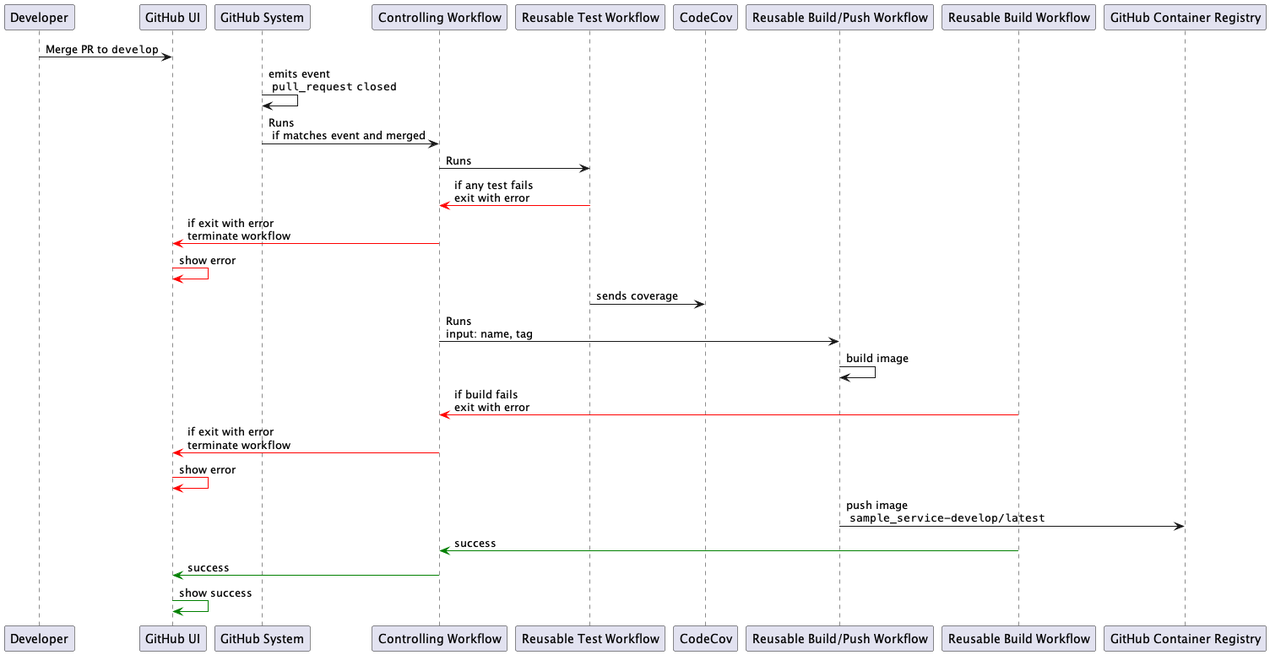
Above: docs/gha/images/pull-request-develop-merged-sequence.png in kbase/sample_service (PlantUML), before the change. Source of this version:
```plantuml
@startuml

Developer -> "GitHub UI": Merge PR to ""develop""
"GitHub System" -> "GitHub System": emits event\n ""pull_request"" ""closed""
"GitHub System" -> "Controlling Workflow": Runs\n if matches event and merged
"Controlling Workflow" -> "Reusable Test Workflow": Runs
"Reusable Test Workflow" -[#red]> "Controlling Workflow" : if any test fails\nexit with error
"Controlling Workflow" -[#red]> "GitHub UI": if exit with error\nterminate workflow
"GitHub UI" -[#red]> "GitHub UI": show error
"Reusable Test Workflow" -> "CodeCov": sends coverage
"Controlling Workflow" -> "Reusable Build/Push Workflow": Runs\ninput: name, tag
"Reusable Build/Push Workflow" -> "Reusable Build/Push Workflow": build image
"Reusable Build Workflow" -[#red]> "Controlling Workflow": if build fails\nexit with error
"Controlling Workflow" -[#red]> "GitHub UI": if exit with error\nterminate workflow
"GitHub UI" -[#red]> "GitHub UI": show error
"Reusable Build/Push Workflow" -> "GitHub Container Registry": push image\n ""sample_service-develop/latest""
"Reusable Build Workflow" -[#green]> "Controlling Workflow":success
"Controlling Workflow" -[#green]> "GitHub UI":success
"GitHub UI" -[#green]> "GitHub UI": show success

@enduml
```
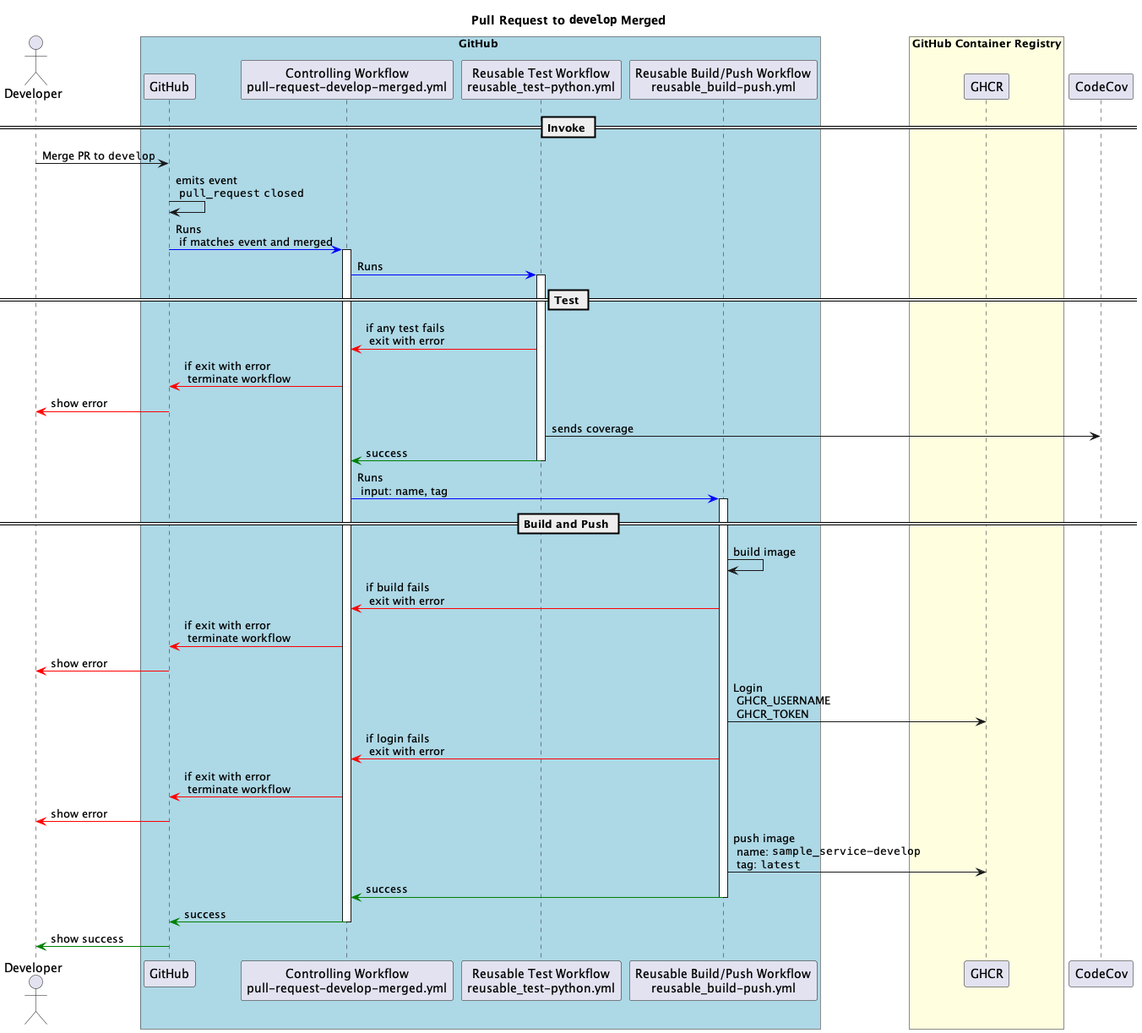
Later version of the same file.

Change to the diagram source:
```diff
@@ -1,21 +1,57 @@
 @startuml
 
-Developer -> "GitHub UI": Merge PR to ""develop""
-"GitHub System" -> "GitHub System": emits event\n ""pull_request"" ""closed""
-"GitHub System" -> "Controlling Workflow": Runs\n if matches event and merged
-"Controlling Workflow" -> "Reusable Test Workflow": Runs
-"Reusable Test Workflow" -[#red]> "Controlling Workflow" : if any test fails\nexit with error
-"Controlling Workflow" -[#red]> "GitHub UI": if exit with error\nterminate workflow
-"GitHub UI" -[#red]> "GitHub UI": show error
-"Reusable Test Workflow" -> "CodeCov": sends coverage
-"Controlling Workflow" -> "Reusable Build/Push Workflow": Runs\ninput: name, tag
-"Reusable Build/Push Workflow" -> "Reusable Build/Push Workflow": build image
-"Reusable Build Workflow" -[#red]> "Controlling Workflow": if build fails\nexit with error
-"Controlling Workflow" -[#red]> "GitHub UI": if exit with error\nterminate workflow
-"GitHub UI" -[#red]> "GitHub UI": show error
-"Reusable Build/Push Workflow" -> "GitHub Container Registry": push image\n ""sample_service-develop/latest""
-"Reusable Build Workflow" -[#green]> "Controlling Workflow":success
-"Controlling Workflow" -[#green]> "GitHub UI":success
-"GitHub UI" -[#green]> "GitHub UI": show success
+actor Developer
+box GitHub #LightBlue
+participant "GitHub" as GH
+participant "Controlling Workflow\npull-request-develop-merged.yml" as Workflow
+participant "Reusable Test Workflow\nreusable_test-python.yml" as TestWorkflow
+participant "Reusable Build/Push Workflow\nreusable_build-push.yml" as BuildPushWorkflow
+end box
+box "GitHub Container Registry" #LightYellow
+participant GHCR
+end box
+participant CodeCov
+
+title Pull Request to ""develop"" Merged
+
+== Invoke ==
+Developer -> GH: Merge PR to ""develop""
+GH -> GH: emits event\n ""pull_request"" ""closed""
+GH -[#blue]> Workflow: Runs\n if matches event and merged
+activate Workflow
+
+Workflow -[#blue]> TestWorkflow: Runs
+
+== Test ==
+activate TestWorkflow
+TestWorkflow -[#red]> Workflow : if any test fails\n exit with error
+Workflow -[#red]> GH: if exit with error\n terminate workflow
+GH -[#red]> Developer: show error
+TestWorkflow -> CodeCov: sends coverage
+TestWorkflow -[#green]> Workflow: success
+deactivate TestWorkflow
+
+Workflow -[#blue]> BuildPushWorkflow: Runs\n input: name, tag
+
+== Build and Push ==
+activate BuildPushWorkflow
+BuildPushWorkflow -> BuildPushWorkflow: build image
+BuildPushWorkflow -[#red]> Workflow: if build fails\n exit with error
+Workflow -[#red]> GH: if exit with error\n terminate workflow
+GH -[#red]> Developer: show error
+
+BuildPushWorkflow -> GHCR: Login\n GHCR_USERNAME\n GHCR_TOKEN
+BuildPushWorkflow -[#red]> Workflow: if login fails\n exit with error
+Workflow -[#red]> GH: if exit with error\n terminate workflow
+GH -[#red]> Developer: show error
+
+BuildPushWorkflow -> GHCR: push image\n name: ""sample_service-develop""\n tag: ""latest""
+BuildPushWorkflow -[#green]> Workflow:success
+deactivate BuildPushWorkflow
+
+Workflow -[#green]> GH:success
+deactivate Workflow
+
+GH -[#green]> Developer: show success
 
 @enduml
```
